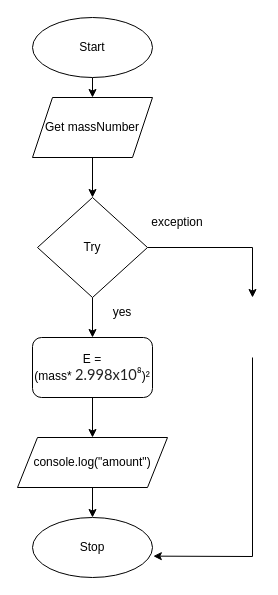
The draw.io diagram Drawio/Flowchart.drawio in JacksonNaufal/ics4u-unit1-02-typescript, before the edit. Source tidied: cells renumbered, new cells numbered last; positions are measured from the earlier drawing's top-left corner, leaving out a move shared by most shapes. Both pictures are drawn from the tidied source at 100%, with x=0, y=0 at pixel (17, 17).
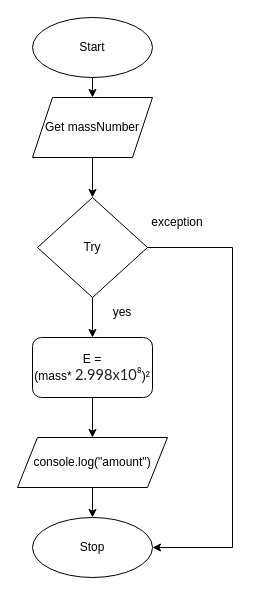
The same diagram, later.

Unchanged cells that the change refers to:
```xml
<mxCell id="4" value="Stop" style="ellipse;whiteSpace=wrap;html=1;" parent="1" vertex="1">
  <mxGeometry x="15" y="500" width="120" height="60" as="geometry" />
</mxCell>
<mxCell id="11" value="Try" style="rhombus;whiteSpace=wrap;html=1;" parent="1" vertex="1">
  <mxGeometry x="20" y="180" width="110" height="100" as="geometry" />
</mxCell>
```

The edit, as a diff of the source:
```diff
@@
-    <mxCell id="9" style="edgeStyle=none;html=1;entryX=0.5;entryY=0;entryDx=0;entryDy=0;rounded=0;" parent="1" edge="1" source="11">
-      <mxGeometry relative="1" as="geometry">
-        <mxPoint x="235" y="280" as="targetPoint" />
-        <Array as="points">
-          <mxPoint x="235" y="230" />
-        </Array>
-      </mxGeometry>
-    </mxCell>
@@
+    <mxCell id="17" style="edgeStyle=none;html=1;entryX=1;entryY=0.5;entryDx=0;entryDy=0;rounded=0;" parent="1" edge="1" source="11" target="4">
+      <mxGeometry relative="1" as="geometry">
+        <Array as="points">
+          <mxPoint x="215" y="230" />
+          <mxPoint x="215" y="530" />
+        </Array>
+      </mxGeometry>
+    </mxCell>
@@
-    <mxCell id="12" style="edgeStyle=none;rounded=0;html=1;entryX=1.007;entryY=0.644;entryDx=0;entryDy=0;entryPerimeter=0;" parent="1" edge="1" target="4">
-      <mxGeometry relative="1" as="geometry">
-        <mxPoint x="235" y="340" as="sourcePoint" />
-        <Array as="points">
-          <mxPoint x="235" y="539" />
-        </Array>
-      </mxGeometry>
-    </mxCell>
```
